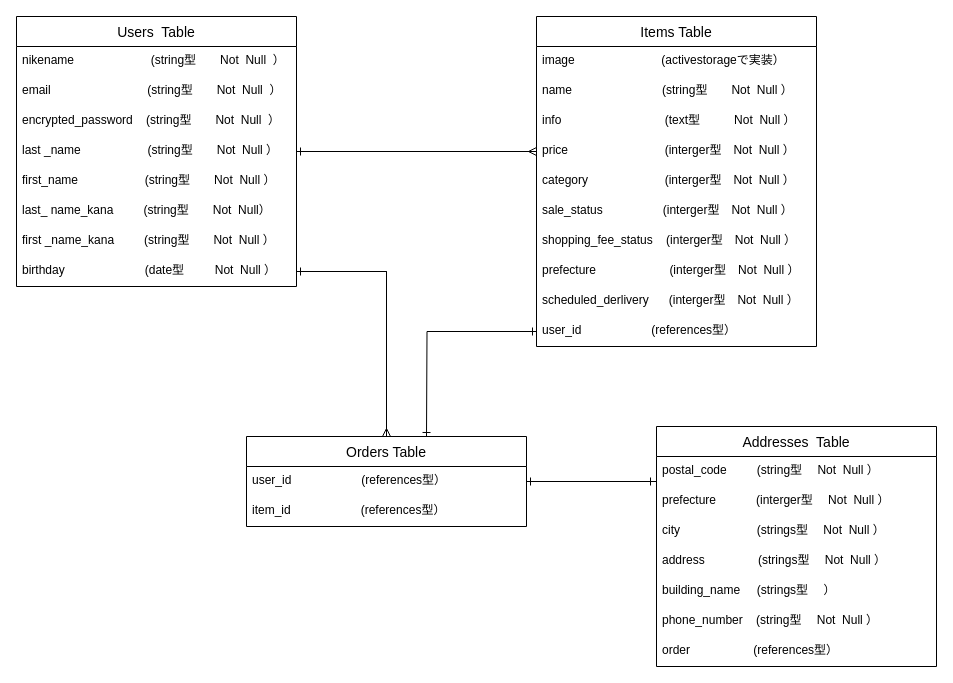
mayumiyamada/furima-31952 keeps this draw.io diagram as furima.dio. Above is the earlier version. Source tidied: cells renumbered, new cells numbered last; positions are measured from the earlier drawing's top-left corner, leaving out a move shared by most shapes. Both pictures are drawn from the tidied source at 100%, with x=0, y=0 at pixel (16, 16).
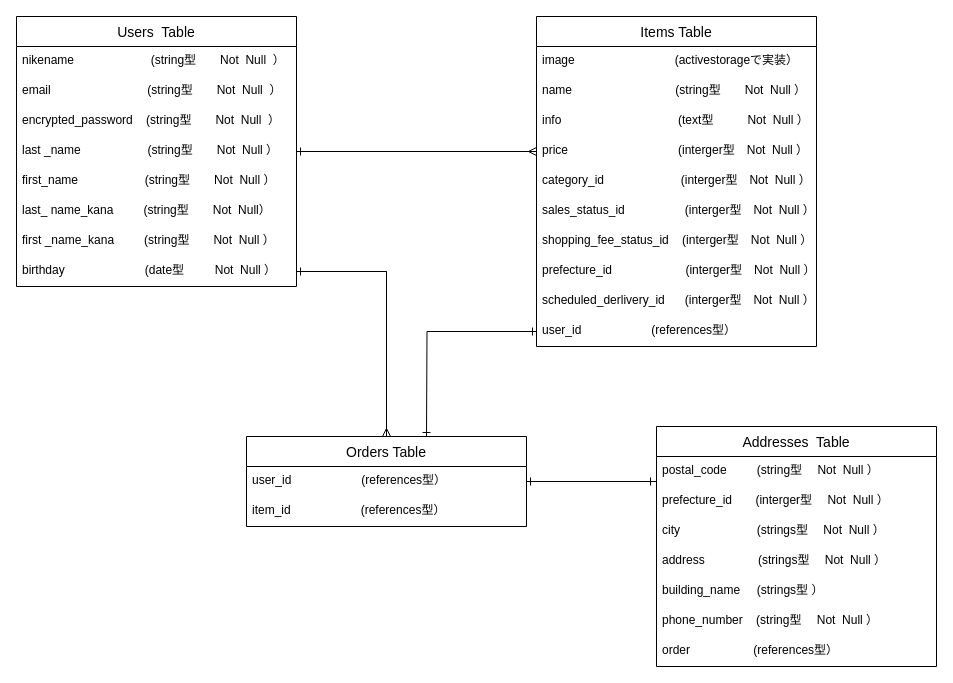
The same page after the edit.

Unchanged cells that the change refers to:
```xml
<mxCell id="11" value="Items Table" style="swimlane;fontStyle=0;horizontal=1;startSize=30;align=center;fontSize=14;" parent="1" vertex="1">
  <mxGeometry x="520" width="280" height="330" as="geometry" />
</mxCell>
<mxCell id="27" value="Addresses  Table" style="swimlane;fontStyle=0;horizontal=1;startSize=30;align=center;fontSize=14;" parent="1" vertex="1">
  <mxGeometry x="640" y="410" width="280" height="240" as="geometry" />
</mxCell>
```

Change to the diagram source:
```diff
@@
-    <mxCell id="12" value="image                          (activestorageで実装）" style="text;strokeColor=none;fillColor=none;spacingLeft=4;spacingRight=4;overflow=hidden;fontSize=12;" parent="11" vertex="1">
+    <mxCell id="12" value="image                              (activestorageで実装）" style="text;strokeColor=none;fillColor=none;spacingLeft=4;spacingRight=4;overflow=hidden;fontSize=12;" parent="11" vertex="1">
       <mxGeometry y="30" width="280" height="30" as="geometry" />
     </mxCell>
-    <mxCell id="13" value="name                           (string型　　Not  Null ）" style="text;strokeColor=none;fillColor=none;spacingLeft=4;spacingRight=4;overflow=hidden;fontSize=12;" parent="11" vertex="1">
+    <mxCell id="13" value="name                               (string型　　Not  Null ）" style="text;strokeColor=none;fillColor=none;spacingLeft=4;spacingRight=4;overflow=hidden;fontSize=12;" parent="11" vertex="1">
       <mxGeometry y="60" width="280" height="30" as="geometry" />
     </mxCell>
-    <mxCell id="14" value="info                               (text型　　   Not  Null ）" style="text;strokeColor=none;fillColor=none;spacingLeft=4;spacingRight=4;overflow=hidden;fontSize=12;" parent="11" vertex="1">
+    <mxCell id="14" value="info                                   (text型　　   Not  Null ）" style="text;strokeColor=none;fillColor=none;spacingLeft=4;spacingRight=4;overflow=hidden;fontSize=12;" parent="11" vertex="1">
       <mxGeometry y="90" width="280" height="30" as="geometry" />
     </mxCell>
-    <mxCell id="15" value="price                             (interger型　Not  Null ）" style="text;strokeColor=none;fillColor=none;spacingLeft=4;spacingRight=4;overflow=hidden;points=[[0,0.5],[1,0.5]];portConstraint=eastwest;fontSize=12;" parent="11" vertex="1">
+    <mxCell id="15" value="price                                 (interger型　Not  Null ）" style="text;strokeColor=none;fillColor=none;spacingLeft=4;spacingRight=4;overflow=hidden;points=[[0,0.5],[1,0.5]];portConstraint=eastwest;fontSize=12;" parent="11" vertex="1">
       <mxGeometry y="120" width="280" height="30" as="geometry" />
     </mxCell>
-    <mxCell id="16" value="category                       (interger型　Not  Null ）" style="text;strokeColor=none;fillColor=none;spacingLeft=4;spacingRight=4;overflow=hidden;fontSize=12;" parent="11" vertex="1">
+    <mxCell id="16" value="category_id                       (interger型　Not  Null ）" style="text;strokeColor=none;fillColor=none;spacingLeft=4;spacingRight=4;overflow=hidden;fontSize=12;" parent="11" vertex="1">
       <mxGeometry y="150" width="280" height="30" as="geometry" />
     </mxCell>
-    <mxCell id="17" value="sale_status                  (interger型　Not  Null ）" style="text;strokeColor=none;fillColor=none;spacingLeft=4;spacingRight=4;overflow=hidden;fontSize=12;" parent="11" vertex="1">
+    <mxCell id="17" value="sales_status_id                  (interger型　Not  Null ）" style="text;strokeColor=none;fillColor=none;spacingLeft=4;spacingRight=4;overflow=hidden;fontSize=12;" parent="11" vertex="1">
       <mxGeometry y="180" width="280" height="30" as="geometry" />
     </mxCell>
-    <mxCell id="18" value="shopping_fee_status    (interger型　Not  Null ）" style="text;strokeColor=none;fillColor=none;spacingLeft=4;spacingRight=4;overflow=hidden;fontSize=12;" parent="11" vertex="1">
+    <mxCell id="18" value="shopping_fee_status_id    (interger型　Not  Null ）" style="text;strokeColor=none;fillColor=none;spacingLeft=4;spacingRight=4;overflow=hidden;fontSize=12;" parent="11" vertex="1">
       <mxGeometry y="210" width="280" height="30" as="geometry" />
     </mxCell>
-    <mxCell id="19" value="prefecture                      (interger型　Not  Null ）" style="text;strokeColor=none;fillColor=none;spacingLeft=4;spacingRight=4;overflow=hidden;fontSize=12;" parent="11" vertex="1">
+    <mxCell id="19" value="prefecture_id                      (interger型　Not  Null ）" style="text;strokeColor=none;fillColor=none;spacingLeft=4;spacingRight=4;overflow=hidden;fontSize=12;" parent="11" vertex="1">
       <mxGeometry y="240" width="280" height="30" as="geometry" />
     </mxCell>
-    <mxCell id="20" value="scheduled_derlivery      (interger型　Not  Null ）" style="text;strokeColor=none;fillColor=none;spacingLeft=4;spacingRight=4;overflow=hidden;fontSize=12;" parent="11" vertex="1">
+    <mxCell id="20" value="scheduled_derlivery_id      (interger型　Not  Null ）" style="text;strokeColor=none;fillColor=none;spacingLeft=4;spacingRight=4;overflow=hidden;fontSize=12;" parent="11" vertex="1">
       <mxGeometry y="270" width="280" height="30" as="geometry" />
     </mxCell>
@@
-    <mxCell id="29" value="prefecture            (interger型　 Not  Null ）" style="text;strokeColor=none;fillColor=none;spacingLeft=4;spacingRight=4;overflow=hidden;fontSize=12;" parent="27" vertex="1">
+    <mxCell id="29" value="prefecture_id       (interger型　 Not  Null ）" style="text;strokeColor=none;fillColor=none;spacingLeft=4;spacingRight=4;overflow=hidden;fontSize=12;" parent="27" vertex="1">
       <mxGeometry y="60" width="280" height="30" as="geometry" />
     </mxCell>
@@
-    <mxCell id="32" value="building_name     (strings型　 ）" style="text;strokeColor=none;fillColor=none;spacingLeft=4;spacingRight=4;overflow=hidden;fontSize=12;" parent="27" vertex="1">
+    <mxCell id="32" value="building_name     (strings型 ）" style="text;strokeColor=none;fillColor=none;spacingLeft=4;spacingRight=4;overflow=hidden;fontSize=12;" parent="27" vertex="1">
       <mxGeometry y="150" width="280" height="30" as="geometry" />
     </mxCell>
```
